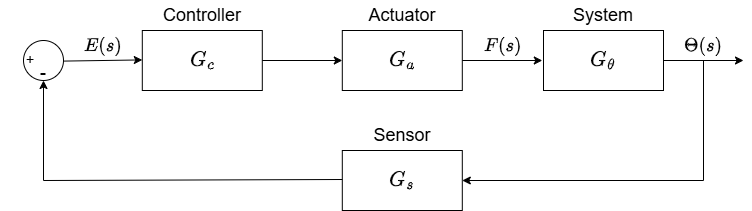
Earlier version of the draw.io export Theta_CL_BlockDiagram.png (ollie3951/ELE2038-Control-Lab). Source tidied: cells renumbered, new cells last; positions are measured from the earlier drawing's top-left corner, leaving out a move shared by most shapes.
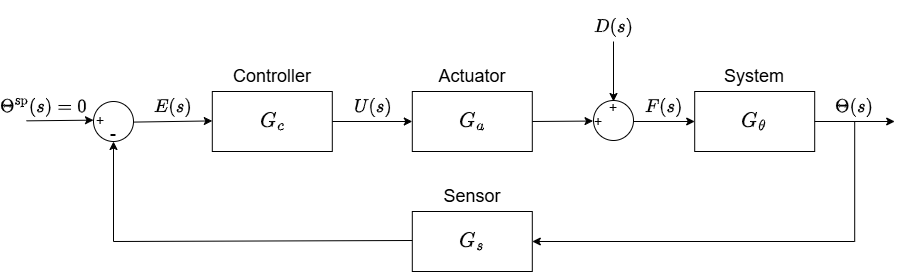
Above is the later version.

Diff of the diagram source:
```diff
@@ -24,17 +24,11 @@
       <mxGeometry x="171.8" width="60" height="30" as="geometry" />
     </mxCell>
     <mxCell id="7" value="$$F(s)$$" style="text;html=1;align=center;verticalAlign=middle;whiteSpace=wrap;rounded=0;fontSize=16;" parent="1" vertex="1">
-      <mxGeometry x="473" y="30" width="60" height="30" as="geometry" />
+      <mxGeometry x="564.2" y="30" width="60" height="30" as="geometry" />
     </mxCell>
     <mxCell id="8" style="rounded=0;whiteSpace=wrap;html=1;" parent="1" vertex="1">
       <mxGeometry x="341.8" y="30" width="120" height="60" as="geometry" />
     </mxCell>
-    <mxCell id="9" style="endArrow=classic;html=1;rounded=0;" parent="1" edge="1">
-      <mxGeometry relative="1" as="geometry">
-        <mxPoint x="461.8" y="60" as="sourcePoint" />
-        <mxPoint x="541.8" y="60" as="targetPoint" />
-      </mxGeometry>
-    </mxCell>
     <mxCell id="10" value="$$G_a$$" style="text;html=1;align=center;verticalAlign=middle;whiteSpace=wrap;rounded=0;fontSize=18;" parent="1" vertex="1">
       <mxGeometry x="371.8" y="45" width="60" height="30" as="geometry" />
     </mxCell>
@@ -42,22 +36,22 @@
       <mxGeometry x="371.8" width="60" height="30" as="geometry" />
     </mxCell>
     <mxCell id="12" style="rounded=0;whiteSpace=wrap;html=1;" parent="1" vertex="1">
-      <mxGeometry x="543" y="30" width="120" height="60" as="geometry" />
+      <mxGeometry x="624.2" y="30" width="120" height="60" as="geometry" />
     </mxCell>
     <mxCell id="13" value="$$G_\theta$$" style="text;html=1;align=center;verticalAlign=middle;whiteSpace=wrap;rounded=0;fontSize=18;" parent="1" vertex="1">
-      <mxGeometry x="573" y="45" width="60" height="30" as="geometry" />
+      <mxGeometry x="654.2" y="45" width="60" height="30" as="geometry" />
     </mxCell>
     <mxCell id="14" style="endArrow=classic;html=1;rounded=0;" parent="1" edge="1">
       <mxGeometry relative="1" as="geometry">
-        <mxPoint x="663" y="60" as="sourcePoint" />
-        <mxPoint x="743" y="60" as="targetPoint" />
+        <mxPoint x="744.2" y="60" as="sourcePoint" />
+        <mxPoint x="824.2" y="60" as="targetPoint" />
       </mxGeometry>
     </mxCell>
     <mxCell id="15" value="$$\Theta(s)$$" style="text;html=1;align=center;verticalAlign=middle;whiteSpace=wrap;rounded=0;fontSize=16;" parent="1" vertex="1">
-      <mxGeometry x="673" y="30" width="60" height="30" as="geometry" />
+      <mxGeometry x="754.2" y="30" width="60" height="30" as="geometry" />
     </mxCell>
     <mxCell id="16" value="System" style="text;html=1;align=center;verticalAlign=middle;whiteSpace=wrap;rounded=0;fontSize=18;fontColor=#000000;" parent="1" vertex="1">
-      <mxGeometry x="573" width="60" height="30" as="geometry" />
+      <mxGeometry x="654.2" width="60" height="30" as="geometry" />
     </mxCell>
     <mxCell id="17" style="ellipse;whiteSpace=wrap;html=1;" parent="1" vertex="1">
       <mxGeometry x="23" y="40" width="40" height="40" as="geometry" />
@@ -80,7 +74,7 @@
     <mxCell id="23" style="endArrow=classic;html=1;rounded=0;exitX=0.5;exitY=1;exitDx=0;exitDy=0;entryX=1;entryY=0.5;entryDx=0;entryDy=0;" parent="1" edge="1" source="15" target="20">
       <mxGeometry relative="1" as="geometry">
         <Array as="points">
-          <mxPoint x="703" y="180" />
+          <mxPoint x="784.2" y="180" />
         </Array>
       </mxGeometry>
     </mxCell>
@@ -95,5 +89,46 @@
     <mxCell id="25" value="$$E(s)$$" style="text;html=1;align=center;verticalAlign=middle;whiteSpace=wrap;rounded=0;fontSize=16;" parent="1" vertex="1">
       <mxGeometry x="73" y="30" width="60" height="30" as="geometry" />
     </mxCell>
+    <mxCell id="26" style="endArrow=classic;html=1;rounded=0;" parent="1" edge="1">
+      <mxGeometry relative="1" as="geometry">
+        <mxPoint x="-44" y="59.4" as="sourcePoint" />
+        <mxPoint x="23" y="58.7" as="targetPoint" />
+      </mxGeometry>
+    </mxCell>
+    <mxCell id="27" value="$$\Theta^{\text{sp}}(s)=0$$" style="text;html=1;align=center;verticalAlign=middle;whiteSpace=wrap;rounded=0;fontSize=16;" parent="1" vertex="1">
+      <mxGeometry x="-57" y="30" width="60" height="30" as="geometry" />
+    </mxCell>
+    <mxCell id="28" style="ellipse;whiteSpace=wrap;html=1;" parent="1" vertex="1">
+      <mxGeometry x="523" y="39" width="40" height="40" as="geometry" />
+    </mxCell>
+    <mxCell id="29" value="+" style="text;html=1;align=center;verticalAlign=middle;whiteSpace=wrap;rounded=0;fontSize=14;" parent="1" vertex="1">
+      <mxGeometry x="498" y="45" width="60" height="30" as="geometry" />
+    </mxCell>
+    <mxCell id="30" value="+" style="text;html=1;align=center;verticalAlign=middle;whiteSpace=wrap;rounded=0;fontSize=14;" parent="1" vertex="1">
+      <mxGeometry x="513" y="31" width="60" height="30" as="geometry" />
+    </mxCell>
+    <mxCell id="31" style="endArrow=classic;html=1;rounded=0;entryX=0.159;entryY=0.985;entryDx=0;entryDy=0;entryPerimeter=0;" parent="1" edge="1">
+      <mxGeometry relative="1" as="geometry">
+        <mxPoint x="461.8" y="60" as="sourcePoint" />
+        <mxPoint x="522.5" y="59.6" as="targetPoint" />
+      </mxGeometry>
+    </mxCell>
+    <mxCell id="32" style="endArrow=classic;html=1;rounded=0;" parent="1" edge="1">
+      <mxGeometry relative="1" as="geometry">
+        <mxPoint x="543" y="-20" as="sourcePoint" />
+        <mxPoint x="543" y="40" as="targetPoint" />
+      </mxGeometry>
+    </mxCell>
+    <mxCell id="33" style="endArrow=classic;html=1;rounded=0;entryX=0;entryY=0.5;entryDx=0;entryDy=0;" parent="1" edge="1" target="12">
+      <mxGeometry relative="1" as="geometry">
+        <mxPoint x="563" y="60" as="sourcePoint" />
+      </mxGeometry>
+    </mxCell>
+    <mxCell id="34" value="$$D(s)$$" style="text;html=1;align=center;verticalAlign=middle;whiteSpace=wrap;rounded=0;fontSize=16;" parent="1" vertex="1">
+      <mxGeometry x="513" y="-50" width="60" height="30" as="geometry" />
+    </mxCell>
+    <mxCell id="35" value="$$U(s)$$" style="text;html=1;align=center;verticalAlign=middle;whiteSpace=wrap;rounded=0;fontSize=16;" parent="1" vertex="1">
+      <mxGeometry x="273" y="30" width="60" height="30" as="geometry" />
+    </mxCell>
   </root>
 </mxGraphModel>
```
